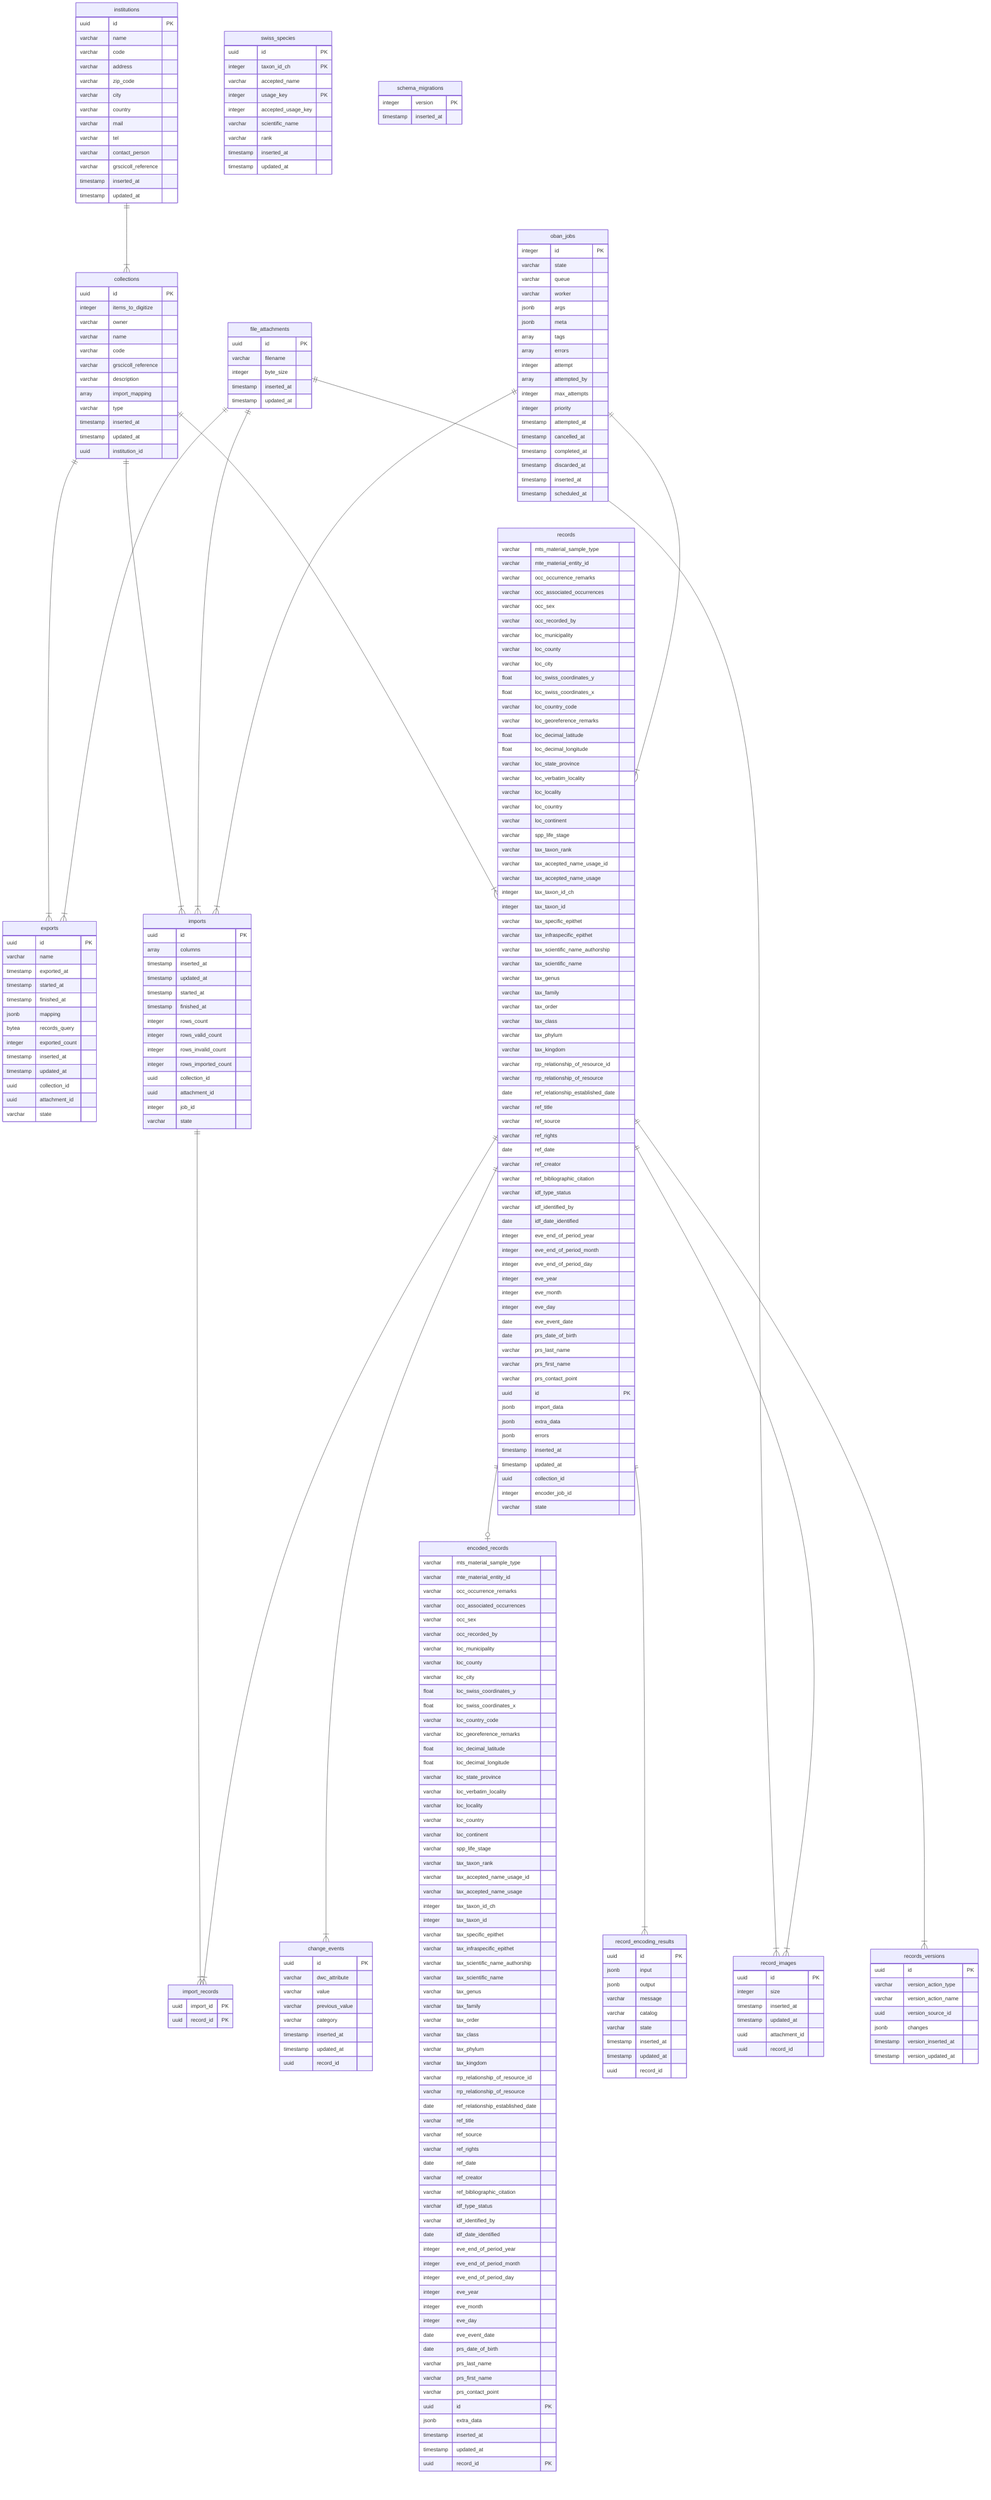
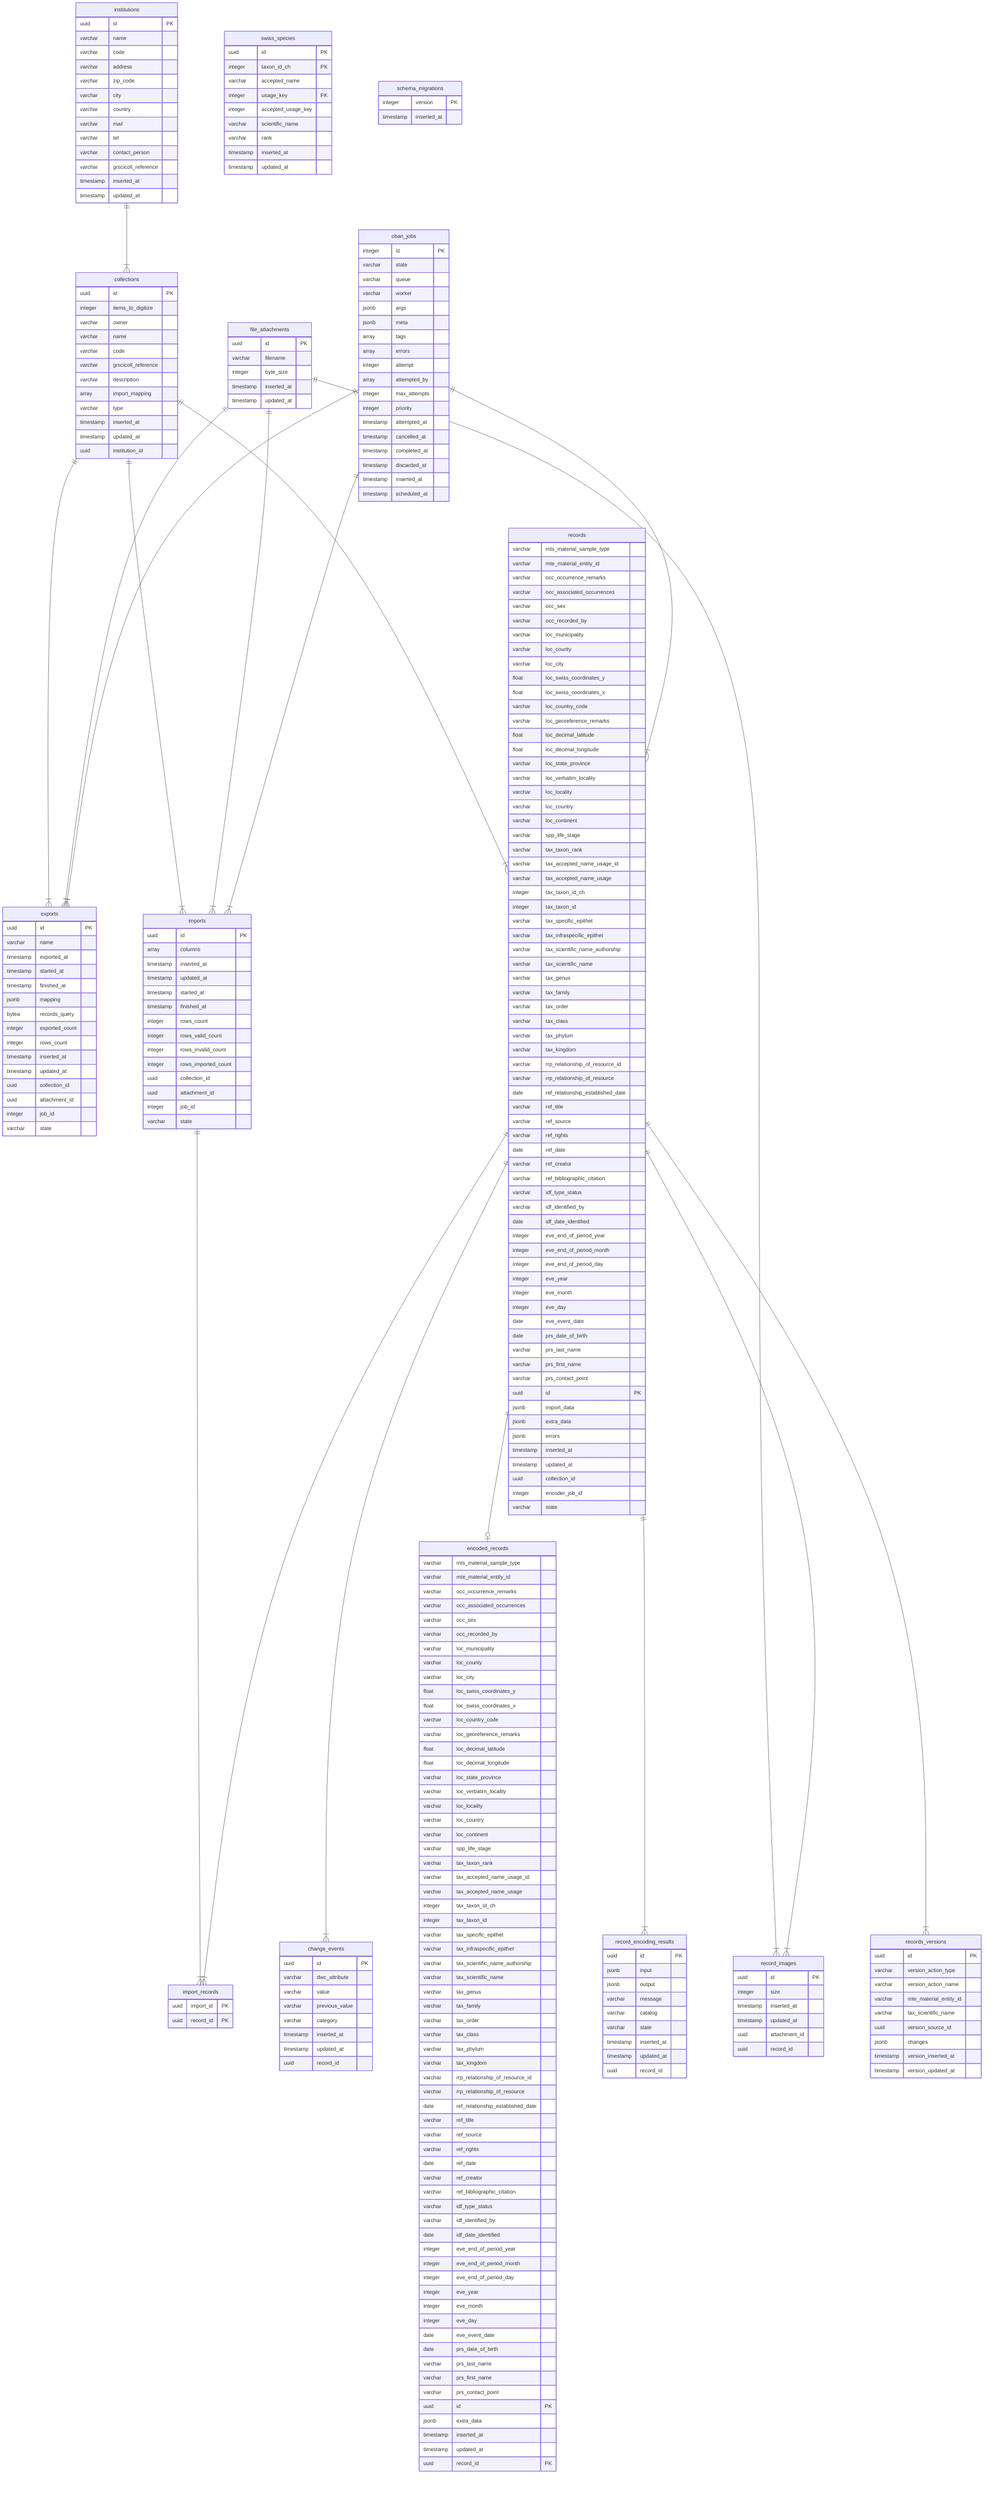
erDiagram
  file_attachments {
    uuid id PK
    varchar filename
    integer byte_size
    timestamp inserted_at
    timestamp updated_at
  }
  institutions {
    uuid id PK
    varchar name
    varchar code
    varchar address
    varchar zip_code
    varchar city
    varchar country
    varchar mail
    varchar tel
    varchar contact_person
    varchar grscicoll_reference
    timestamp inserted_at
    timestamp updated_at
  }
  change_events {
    uuid id PK
    varchar dwc_attribute
    varchar value
    varchar previous_value
    varchar category
    timestamp inserted_at
    timestamp updated_at
    uuid record_id
  }
  collections {
    uuid id PK
    integer items_to_digitize
    varchar owner
    varchar name
    varchar code
    varchar grscicoll_reference
    varchar description
    array import_mapping
    varchar type
    timestamp inserted_at
    timestamp updated_at
    uuid institution_id
  }
  encoded_records {
    varchar mts_material_sample_type
    varchar mte_material_entity_id
    varchar occ_occurrence_remarks
    varchar occ_associated_occurrences
    varchar occ_sex
    varchar occ_recorded_by
    varchar loc_municipality
    varchar loc_county
    varchar loc_city
    float loc_swiss_coordinates_y
    float loc_swiss_coordinates_x
    varchar loc_country_code
    varchar loc_georeference_remarks
    float loc_decimal_latitude
    float loc_decimal_longitude
    varchar loc_state_province
    varchar loc_verbatim_locality
    varchar loc_locality
    varchar loc_country
    varchar loc_continent
    varchar spp_life_stage
    varchar tax_taxon_rank
    varchar tax_accepted_name_usage_id
    varchar tax_accepted_name_usage
    integer tax_taxon_id_ch
    integer tax_taxon_id
    varchar tax_specific_epithet
    varchar tax_infraspecific_epithet
    varchar tax_scientific_name_authorship
    varchar tax_scientific_name
    varchar tax_genus
    varchar tax_family
    varchar tax_order
    varchar tax_class
    varchar tax_phylum
    varchar tax_kingdom
    varchar rrp_relationship_of_resource_id
    varchar rrp_relationship_of_resource
    date ref_relationship_established_date
    varchar ref_title
    varchar ref_source
    varchar ref_rights
    date ref_date
    varchar ref_creator
    varchar ref_bibliographic_citation
    varchar idf_type_status
    varchar idf_identified_by
    date idf_date_identified
    integer eve_end_of_period_year
    integer eve_end_of_period_month
    integer eve_end_of_period_day
    integer eve_year
    integer eve_month
    integer eve_day
    date eve_event_date
    date prs_date_of_birth
    varchar prs_last_name
    varchar prs_first_name
    varchar prs_contact_point
    uuid id PK
    jsonb extra_data
    timestamp inserted_at
    timestamp updated_at
    uuid record_id PK
  }
  record_encoding_results {
    uuid id PK
    jsonb input
    jsonb output
    varchar message
    varchar catalog
    varchar state
    timestamp inserted_at
    timestamp updated_at
    uuid record_id
  }
  exports {
    uuid id PK
    varchar name
    timestamp exported_at
    timestamp started_at
    timestamp finished_at
    jsonb mapping
    bytea records_query
    integer exported_count
+     integer rows_count
    timestamp inserted_at
    timestamp updated_at
    uuid collection_id
    uuid attachment_id
+     integer job_id
    varchar state
  }
  imports {
    uuid id PK
    array columns
    timestamp inserted_at
    timestamp updated_at
    timestamp started_at
    timestamp finished_at
    integer rows_count
    integer rows_valid_count
    integer rows_invalid_count
    integer rows_imported_count
    uuid collection_id
    uuid attachment_id
    integer job_id
    varchar state
  }
  import_records {
    uuid import_id PK
    uuid record_id PK
  }
  records {
    varchar mts_material_sample_type
    varchar mte_material_entity_id
    varchar occ_occurrence_remarks
    varchar occ_associated_occurrences
    varchar occ_sex
    varchar occ_recorded_by
    varchar loc_municipality
    varchar loc_county
    varchar loc_city
    float loc_swiss_coordinates_y
    float loc_swiss_coordinates_x
    varchar loc_country_code
    varchar loc_georeference_remarks
    float loc_decimal_latitude
    float loc_decimal_longitude
    varchar loc_state_province
    varchar loc_verbatim_locality
    varchar loc_locality
    varchar loc_country
    varchar loc_continent
    varchar spp_life_stage
    varchar tax_taxon_rank
    varchar tax_accepted_name_usage_id
    varchar tax_accepted_name_usage
    integer tax_taxon_id_ch
    integer tax_taxon_id
    varchar tax_specific_epithet
    varchar tax_infraspecific_epithet
    varchar tax_scientific_name_authorship
    varchar tax_scientific_name
    varchar tax_genus
    varchar tax_family
    varchar tax_order
    varchar tax_class
    varchar tax_phylum
    varchar tax_kingdom
    varchar rrp_relationship_of_resource_id
    varchar rrp_relationship_of_resource
    date ref_relationship_established_date
    varchar ref_title
    varchar ref_source
    varchar ref_rights
    date ref_date
    varchar ref_creator
    varchar ref_bibliographic_citation
    varchar idf_type_status
    varchar idf_identified_by
    date idf_date_identified
    integer eve_end_of_period_year
    integer eve_end_of_period_month
    integer eve_end_of_period_day
    integer eve_year
    integer eve_month
    integer eve_day
    date eve_event_date
    date prs_date_of_birth
    varchar prs_last_name
    varchar prs_first_name
    varchar prs_contact_point
    uuid id PK
    jsonb import_data
    jsonb extra_data
    jsonb errors
    timestamp inserted_at
    timestamp updated_at
    uuid collection_id
    integer encoder_job_id
    varchar state
  }
  record_images {
    uuid id PK
    integer size
    timestamp inserted_at
    timestamp updated_at
    uuid attachment_id
    uuid record_id
  }
  records_versions {
    uuid id PK
    varchar version_action_type
    varchar version_action_name
+     varchar mte_material_entity_id
+     varchar tax_scientific_name
    uuid version_source_id
    jsonb changes
    timestamp version_inserted_at
    timestamp version_updated_at
  }
  swiss_species {
    uuid id PK
    integer taxon_id_ch PK
    varchar accepted_name
    integer usage_key PK
    integer accepted_usage_key
    varchar scientific_name
    varchar rank
    timestamp inserted_at
    timestamp updated_at
  }
  schema_migrations {
    integer version PK
    timestamp inserted_at
  }
  oban_jobs {
    integer id PK
    varchar state
    varchar queue
    varchar worker
    jsonb args
    jsonb meta
    array tags
    array errors
    integer attempt
    array attempted_by
    integer max_attempts
    integer priority
    timestamp attempted_at
    timestamp cancelled_at
    timestamp completed_at
    timestamp discarded_at
    timestamp inserted_at
    timestamp scheduled_at
  }
  collections ||--|{ exports : ""
  collections ||--|{ imports : ""
  collections ||--|{ records : ""
  file_attachments ||--|{ exports : ""
  file_attachments ||--|{ imports : ""
  file_attachments ||--|{ record_images : ""
  imports ||--|{ import_records : ""
  institutions ||--|{ collections : ""
+   oban_jobs ||--|{ exports : ""
  oban_jobs ||--|{ imports : ""
  oban_jobs ||--|{ records : ""
  records ||--|{ change_events : ""
  records ||--o| encoded_records : ""
  records ||--|{ import_records : ""
  records ||--|{ record_encoding_results : ""
  records ||--|{ record_images : ""
  records ||--|{ records_versions : ""
